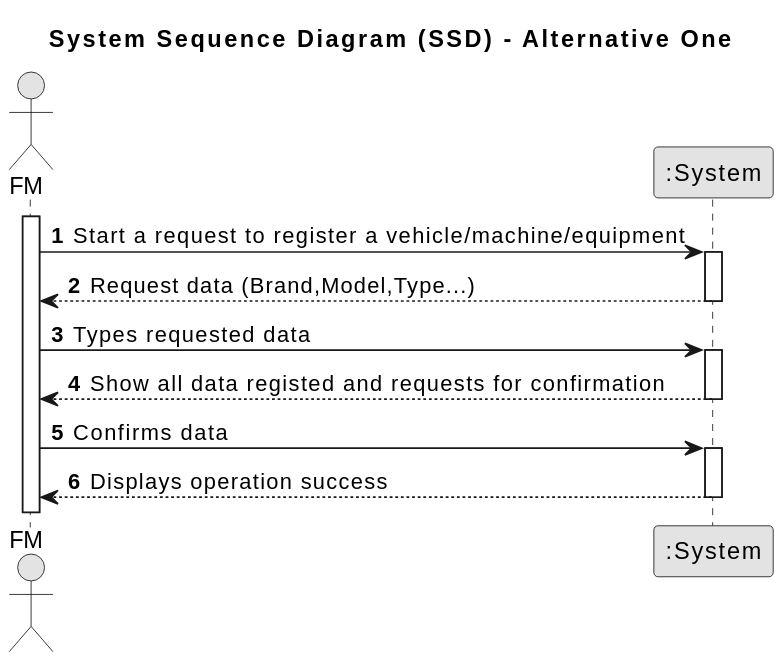
SAEmanuel/Green_Spaces_Management_ISEP keeps this PlantUML diagram as docs/sprintB/us006/01.requirements-engineering/svg/us006-system-sequence-diagram-alternative-one.svg. Above is the earlier version.
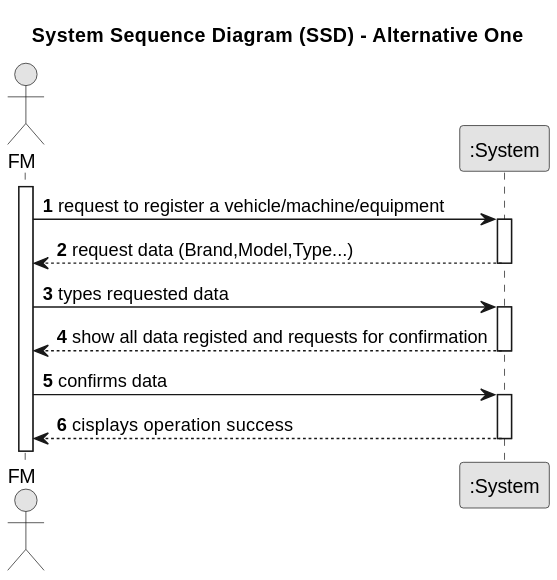
The same file after the commit.

Diff of the diagram source:
```diff
@@ -12,21 +12,21 @@
 
 activate Employee
 
-    Employee -> System : Start a request to register a vehicle/machine/equipment
+    Employee -> System : request to register a vehicle/machine/equipment
     activate System
 
-        System --> Employee : Request data (Brand,Model,Type...)
+        System --> Employee : request data (Brand,Model,Type...)
     deactivate System
 
-    Employee -> System : Types requested data
+    Employee -> System : types requested data
     activate System
 
-        System --> Employee : Show all data registed and requests for confirmation
+        System --> Employee : show all data registed and requests for confirmation
     deactivate System
 
-    Employee -> System : Confirms data
+    Employee -> System : confirms data
     activate System
 
-        System --> Employee : Displays operation success
+        System --> Employee : cisplays operation success
     deactivate System
 @enduml
```
